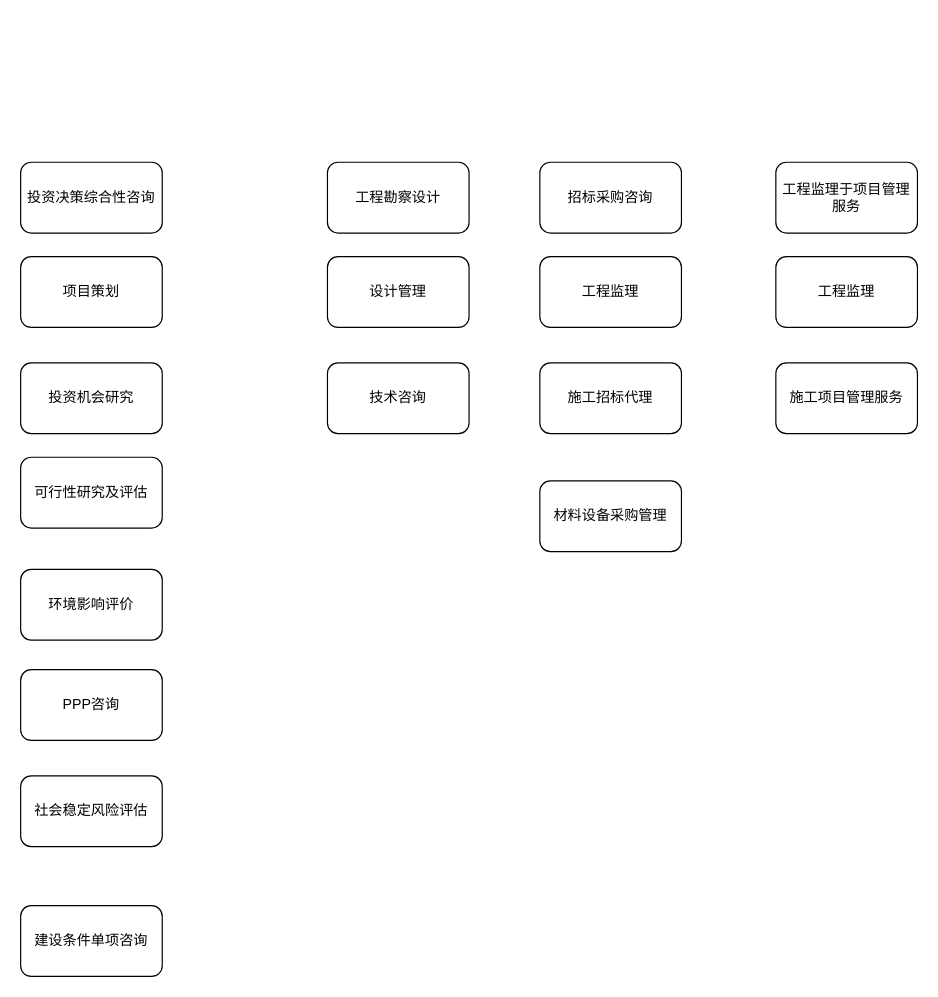
Earlier version of the draw.io diagram 全过程咨询.drawio (gaochaowyq/MinderGraph). Source tidied: cells renumbered, new cells numbered last; positions are measured from the earlier drawing's top-left corner, leaving out a move shared by most shapes. Both pictures are drawn from the tidied source at 118%, with x=0, y=0 at pixel (20, 162).
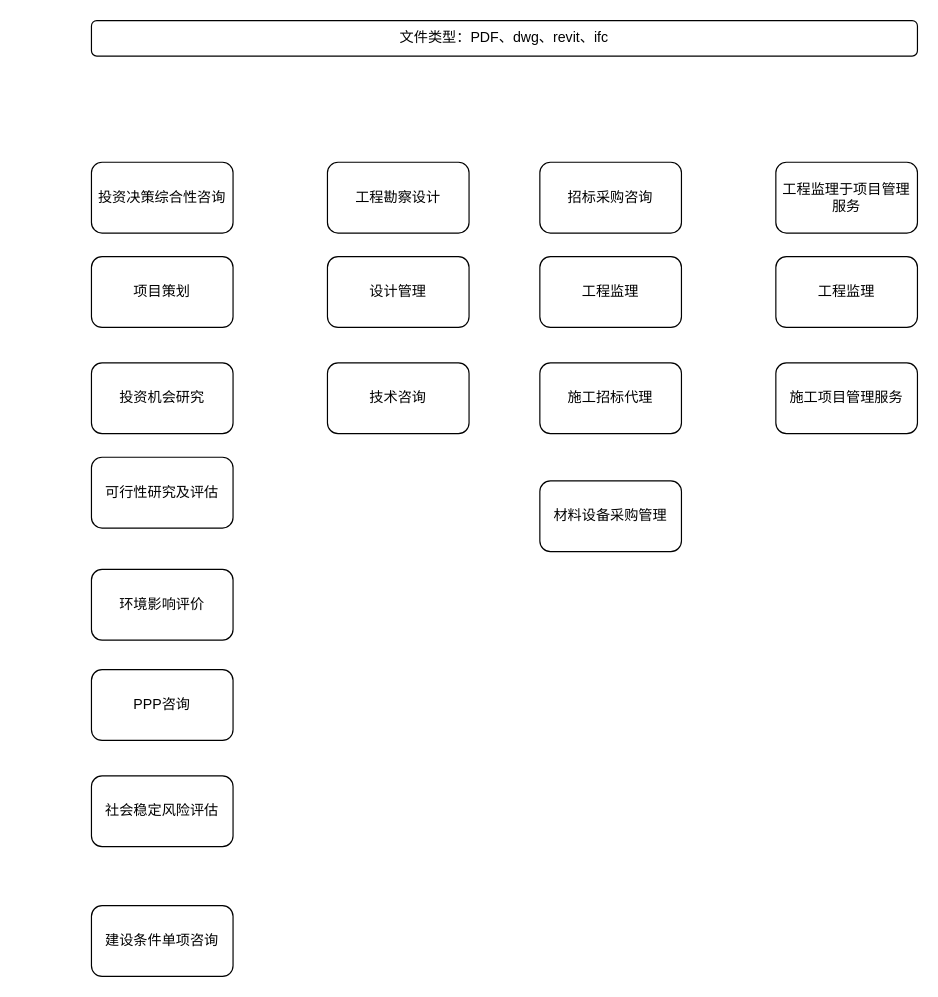
Above is the later version.

Commit message (it also covers changes not shown here):
更新全过程咨询.drawio

Change to the diagram source:
```diff
@@
     <mxCell id="2" value="投资决策综合性咨询" style="rounded=1;whiteSpace=wrap;html=1;" parent="1" vertex="1">
-      <mxGeometry width="120" height="60" as="geometry" />
+      <mxGeometry x="60" width="120" height="60" as="geometry" />
     </mxCell>
     <mxCell id="3" value="项目策划" style="rounded=1;whiteSpace=wrap;html=1;" parent="1" vertex="1">
-      <mxGeometry y="80" width="120" height="60" as="geometry" />
+      <mxGeometry x="60" y="80" width="120" height="60" as="geometry" />
     </mxCell>
     <mxCell id="4" value="投资机会研究" style="rounded=1;whiteSpace=wrap;html=1;" parent="1" vertex="1">
-      <mxGeometry y="170" width="120" height="60" as="geometry" />
+      <mxGeometry x="60" y="170" width="120" height="60" as="geometry" />
     </mxCell>
     <mxCell id="5" value="可行性研究及评估" style="rounded=1;whiteSpace=wrap;html=1;" parent="1" vertex="1">
-      <mxGeometry y="250" width="120" height="60" as="geometry" />
+      <mxGeometry x="60" y="250" width="120" height="60" as="geometry" />
     </mxCell>
     <mxCell id="6" value="环境影响评价" style="rounded=1;whiteSpace=wrap;html=1;" parent="1" vertex="1">
-      <mxGeometry y="345" width="120" height="60" as="geometry" />
+      <mxGeometry x="60" y="345" width="120" height="60" as="geometry" />
     </mxCell>
     <mxCell id="7" value="PPP咨询" style="rounded=1;whiteSpace=wrap;html=1;" parent="1" vertex="1">
-      <mxGeometry y="430" width="120" height="60" as="geometry" />
+      <mxGeometry x="60" y="430" width="120" height="60" as="geometry" />
     </mxCell>
     <mxCell id="8" value="社会稳定风险评估" style="rounded=1;whiteSpace=wrap;html=1;" parent="1" vertex="1">
-      <mxGeometry y="520" width="120" height="60" as="geometry" />
+      <mxGeometry x="60" y="520" width="120" height="60" as="geometry" />
     </mxCell>
     <mxCell id="9" value="建设条件单项咨询" style="rounded=1;whiteSpace=wrap;html=1;" parent="1" vertex="1">
-      <mxGeometry y="630" width="120" height="60" as="geometry" />
+      <mxGeometry x="60" y="630" width="120" height="60" as="geometry" />
     </mxCell>
@@
+    <mxCell id="20" value="文件类型：PDF、dwg、revit、ifc" style="rounded=1;whiteSpace=wrap;html=1;" parent="1" vertex="1">
+      <mxGeometry x="60" y="-120" width="700" height="30" as="geometry" />
+    </mxCell>
```
